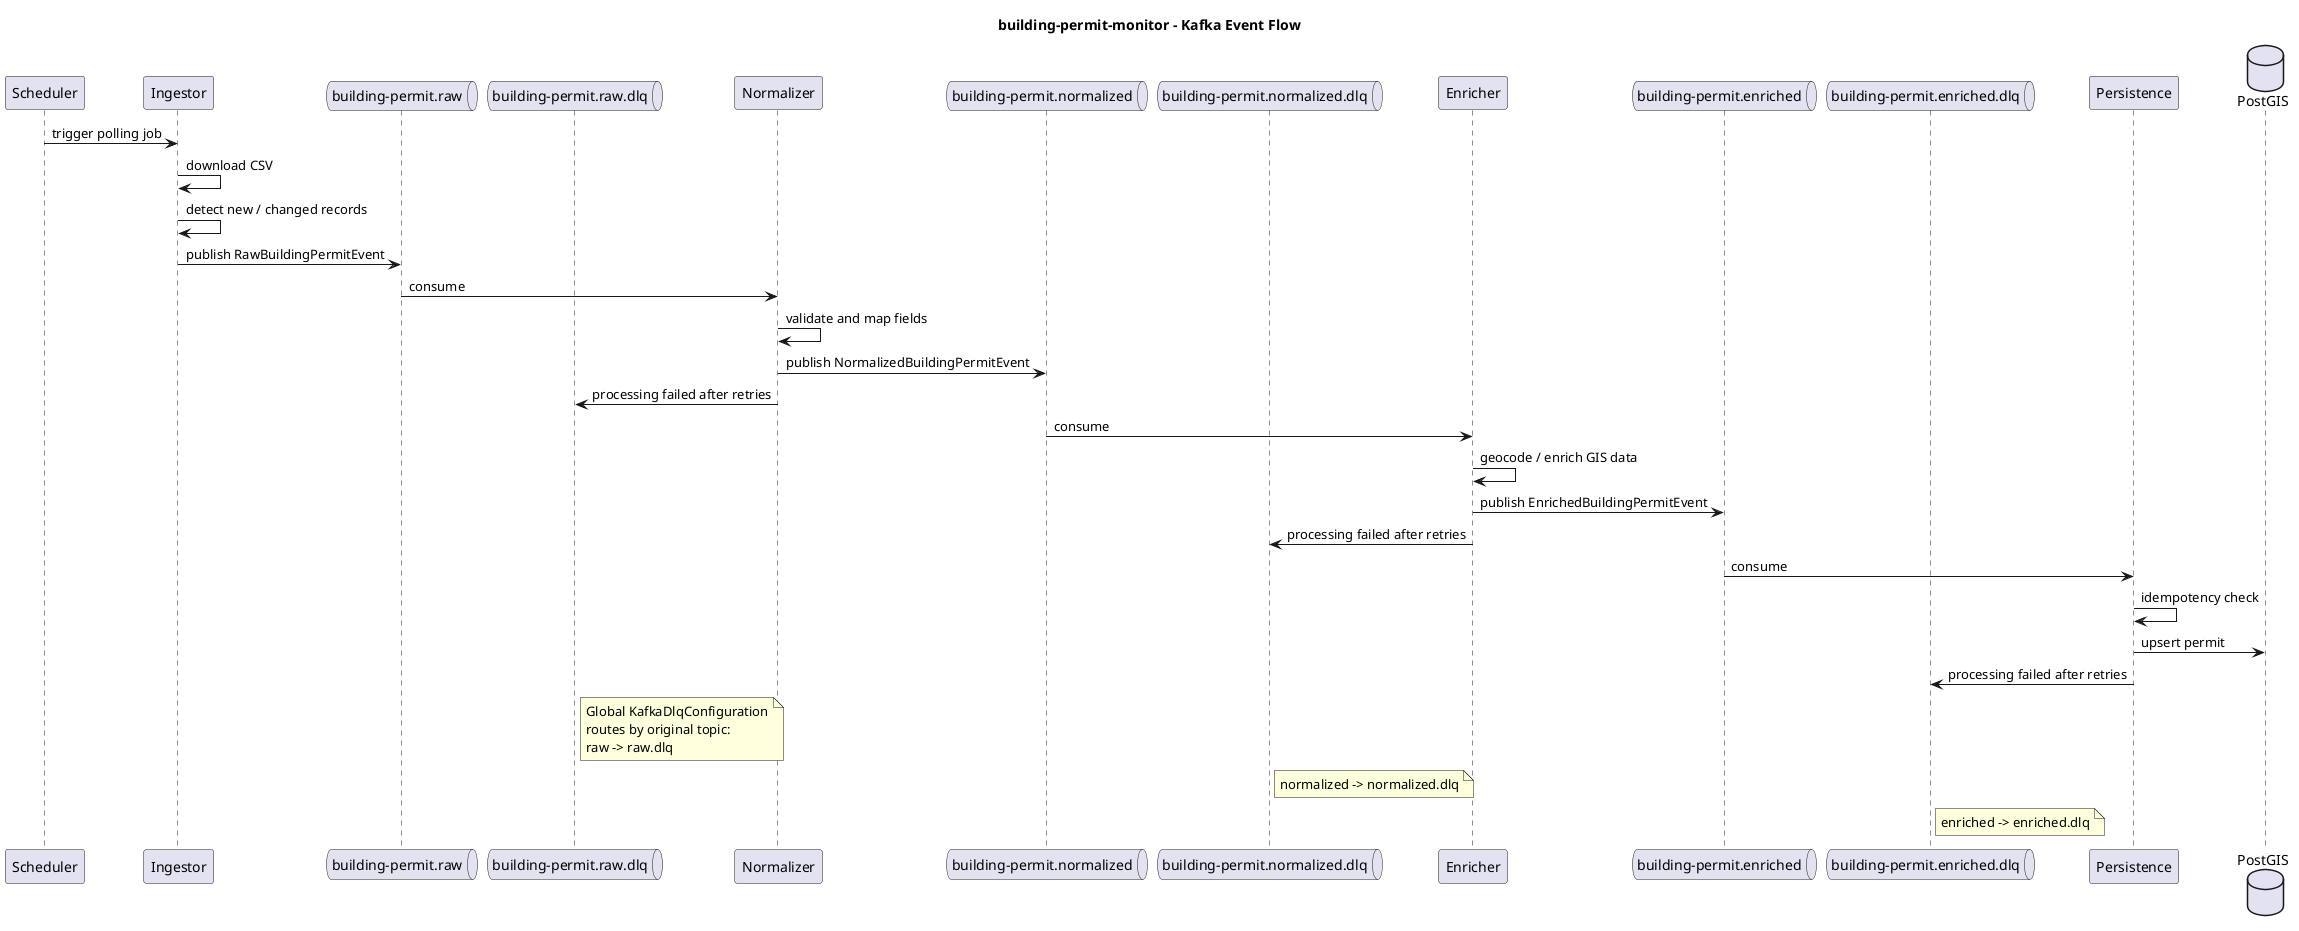
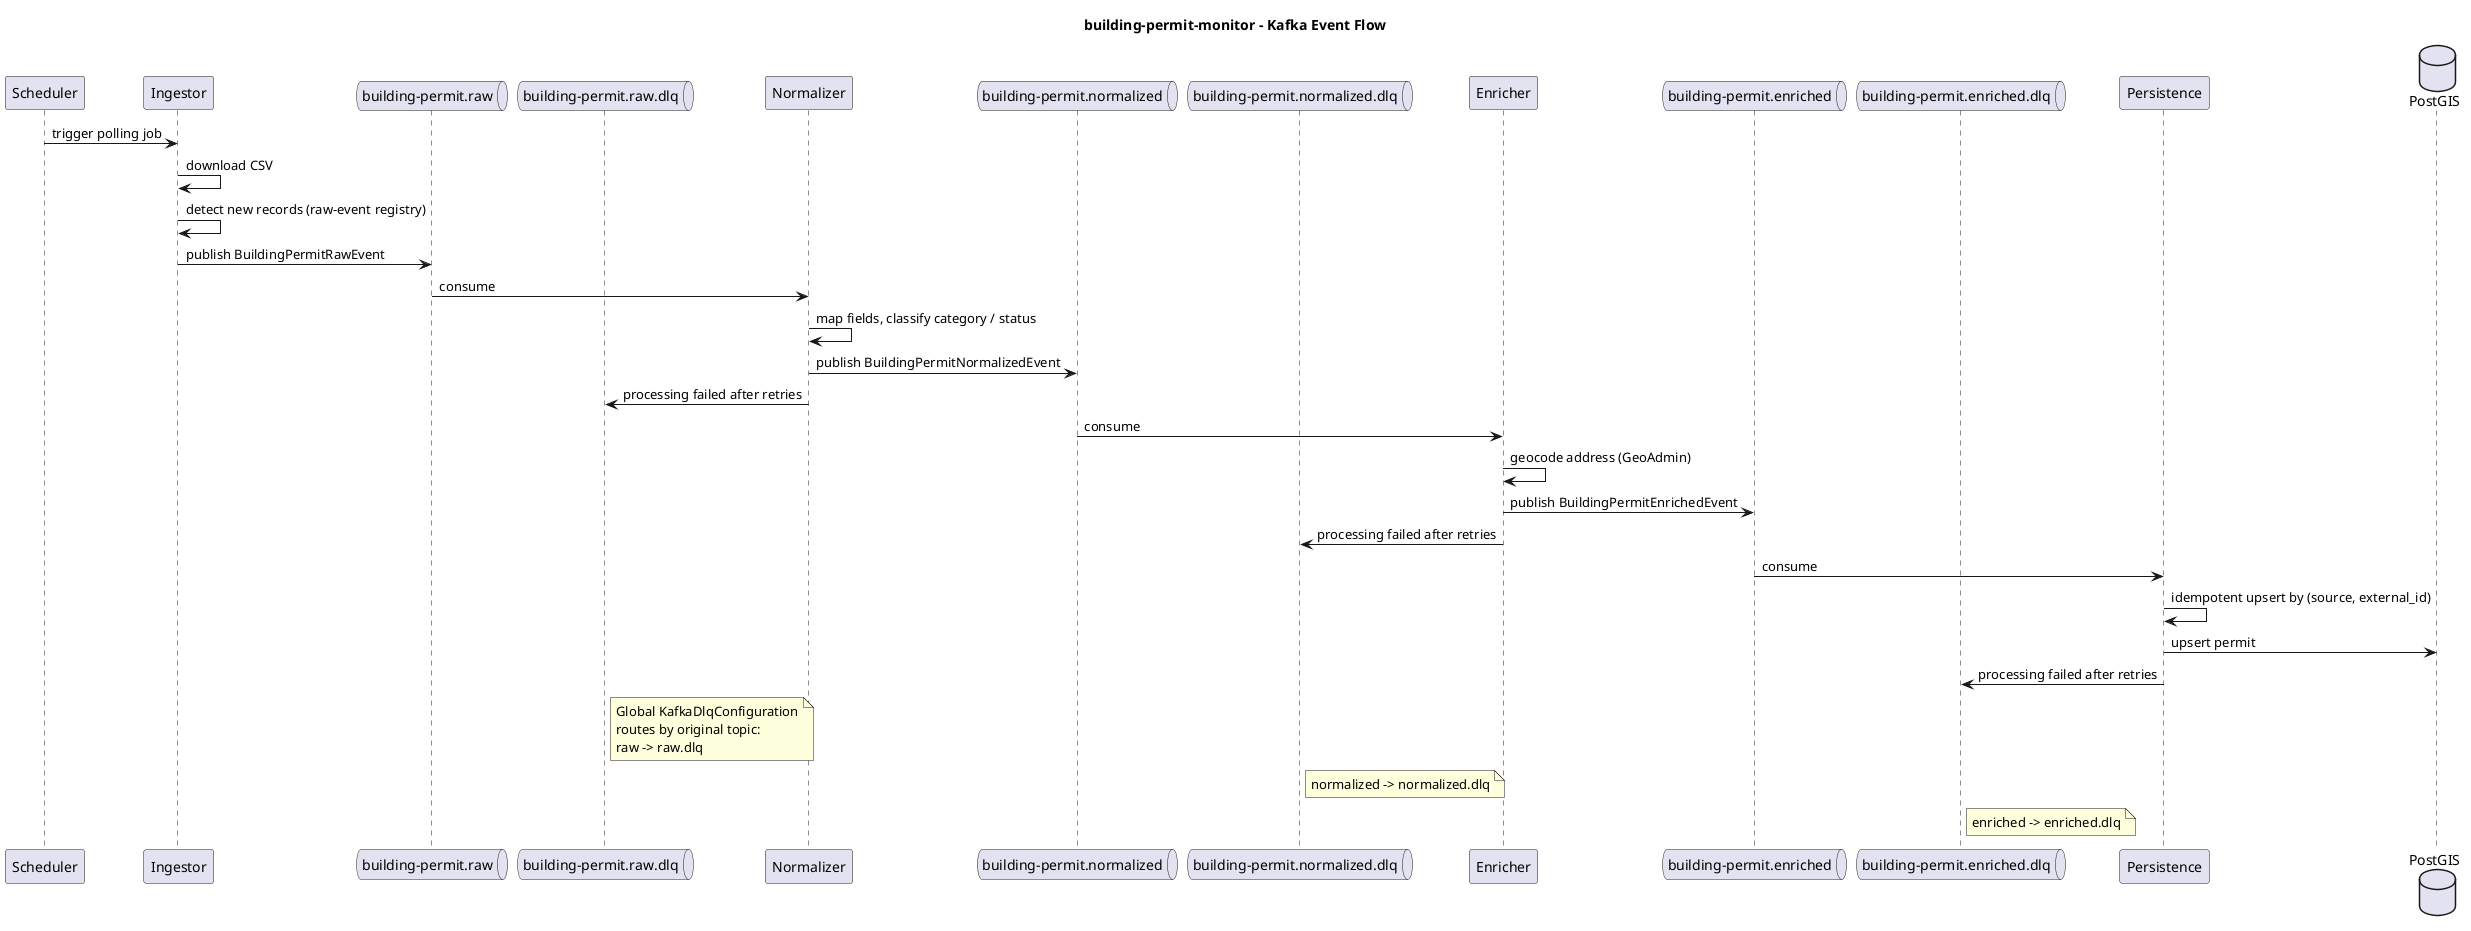
@startuml
title building-permit-monitor - Kafka Event Flow

skinparam shadowing false

participant "Scheduler" as scheduler
participant "Ingestor" as ingestor
queue "building-permit.raw" as raw
queue "building-permit.raw.dlq" as rawDlq
participant "Normalizer" as normalizer
queue "building-permit.normalized" as normalized
queue "building-permit.normalized.dlq" as normalizedDlq
participant "Enricher" as enricher
queue "building-permit.enriched" as enriched
queue "building-permit.enriched.dlq" as enrichedDlq
participant "Persistence" as persistence
database "PostGIS" as postgis

scheduler -> ingestor : trigger polling job
ingestor -> ingestor : download CSV
- ingestor -> ingestor : detect new / changed records
- ingestor -> raw : publish RawBuildingPermitEvent
+ ingestor -> ingestor : detect new records (raw-event registry)
+ ingestor -> raw : publish BuildingPermitRawEvent

raw -> normalizer : consume
- normalizer -> normalizer : validate and map fields
- normalizer -> normalized : publish NormalizedBuildingPermitEvent
+ normalizer -> normalizer : map fields, classify category / status
+ normalizer -> normalized : publish BuildingPermitNormalizedEvent
normalizer -> rawDlq : processing failed after retries

normalized -> enricher : consume
- enricher -> enricher : geocode / enrich GIS data
- enricher -> enriched : publish EnrichedBuildingPermitEvent
+ enricher -> enricher : geocode address (GeoAdmin)
+ enricher -> enriched : publish BuildingPermitEnrichedEvent
enricher -> normalizedDlq : processing failed after retries

enriched -> persistence : consume
- persistence -> persistence : idempotency check
+ persistence -> persistence : idempotent upsert by (source, external_id)
persistence -> postgis : upsert permit
persistence -> enrichedDlq : processing failed after retries

note right of rawDlq
  Global KafkaDlqConfiguration
  routes by original topic:
  raw -> raw.dlq
end note

note right of normalizedDlq
  normalized -> normalized.dlq
end note

note right of enrichedDlq
  enriched -> enriched.dlq
end note

@enduml
